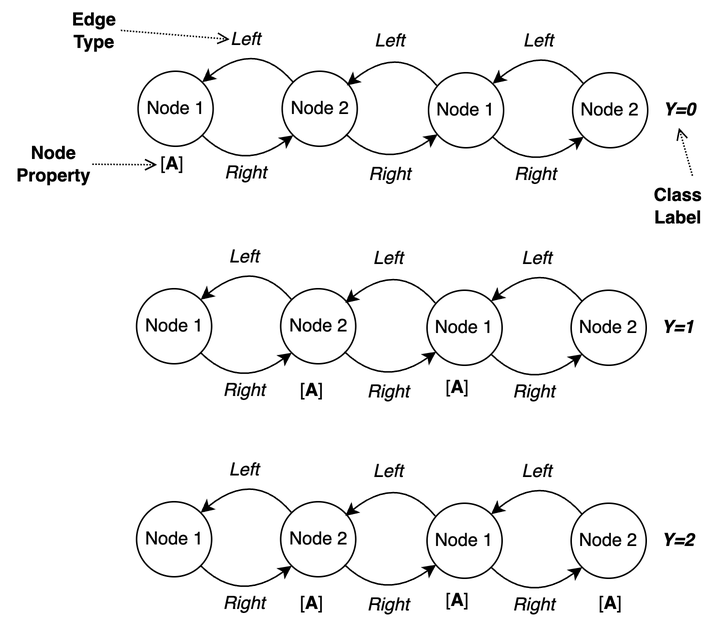
Above: figures/SimpleSequenceProblem.png in cair/GraphTsetlinMachine (draw.io), before the change. Source tidied: cells renumbered, new cells last; positions are measured from the earlier drawing's top-left corner, leaving out a move shared by most shapes. Source of this version:
```xml
<mxGraphModel math="1">
  <root>
    <mxCell id="0" />
    <mxCell id="1" parent="0" />
    <mxCell id="2" value="&lt;div style=&quot;&quot;&gt;&lt;span style=&quot;background-color: initial;&quot;&gt;Node 1&lt;/span&gt;&lt;/div&gt;" style="ellipse;whiteSpace=wrap;html=1;align=center;" parent="1" vertex="1">
      <mxGeometry x="91.5" y="47" width="50" height="50" as="geometry" />
    </mxCell>
    <mxCell id="3" value="Node 2" style="ellipse;whiteSpace=wrap;html=1;" parent="1" vertex="1">
      <mxGeometry x="187.5" y="47" width="50" height="50" as="geometry" />
    </mxCell>
    <mxCell id="4" style="curved=1;endArrow=classic;html=1;rounded=0;exitX=1;exitY=1;exitDx=0;exitDy=0;entryX=0;entryY=1;entryDx=0;entryDy=0;" parent="1" edge="1" source="2" target="3">
      <mxGeometry relative="1" as="geometry">
        <Array as="points">
          <mxPoint x="160" y="115" />
        </Array>
      </mxGeometry>
    </mxCell>
    <mxCell id="5" style="curved=1;endArrow=none;html=1;rounded=0;exitX=1;exitY=0;exitDx=0;exitDy=0;entryX=0;entryY=0;entryDx=0;entryDy=0;startArrow=classic;startFill=1;endFill=0;" parent="1" edge="1" source="2" target="3">
      <mxGeometry relative="1" as="geometry">
        <Array as="points">
          <mxPoint x="170" y="25" />
        </Array>
      </mxGeometry>
    </mxCell>
    <mxCell id="6" value="Node 1" style="ellipse;whiteSpace=wrap;html=1;" parent="1" vertex="1">
      <mxGeometry x="285" y="48" width="50" height="50" as="geometry" />
    </mxCell>
    <mxCell id="7" value="Node 2" style="ellipse;whiteSpace=wrap;html=1;" parent="1" vertex="1">
      <mxGeometry x="381" y="48" width="50" height="50" as="geometry" />
    </mxCell>
    <mxCell id="8" style="curved=1;endArrow=classic;html=1;rounded=0;exitX=1;exitY=1;exitDx=0;exitDy=0;entryX=0;entryY=1;entryDx=0;entryDy=0;" parent="1" edge="1" source="6" target="7">
      <mxGeometry relative="1" as="geometry">
        <Array as="points">
          <mxPoint x="353.5" y="116" />
        </Array>
      </mxGeometry>
    </mxCell>
    <mxCell id="9" style="curved=1;endArrow=none;html=1;rounded=0;exitX=1;exitY=0;exitDx=0;exitDy=0;entryX=0;entryY=0;entryDx=0;entryDy=0;startArrow=classic;startFill=1;endFill=0;" parent="1" edge="1" source="6" target="7">
      <mxGeometry relative="1" as="geometry">
        <Array as="points">
          <mxPoint x="363.5" y="26" />
        </Array>
      </mxGeometry>
    </mxCell>
    <mxCell id="10" value="&lt;i&gt;Y=0&lt;/i&gt;" style="text;html=1;align=center;verticalAlign=middle;points=[];strokeColor=none;fillColor=none;fontStyle=1;" parent="1" vertex="1">
      <mxGeometry x="427" y="58" width="50" height="30" as="geometry" />
    </mxCell>
    <mxCell id="11" value="[&lt;b&gt;A&lt;/b&gt;]" style="text;html=1;align=center;verticalAlign=middle;strokeColor=none;fillColor=none;" parent="1" vertex="1">
      <mxGeometry x="93.5" y="94" width="40" height="30" as="geometry" />
    </mxCell>
    <mxCell id="12" value="&lt;i&gt;Left&lt;/i&gt;" style="text;html=1;align=center;verticalAlign=middle;points=[];strokeColor=none;fillColor=none;" parent="1" vertex="1">
      <mxGeometry x="142.5" y="11" width="40" height="30" as="geometry" />
    </mxCell>
    <mxCell id="13" value="&lt;i&gt;Left&lt;/i&gt;" style="text;html=1;align=center;verticalAlign=middle;strokeColor=none;fillColor=none;" parent="1" vertex="1">
      <mxGeometry x="338" y="12" width="40" height="30" as="geometry" />
    </mxCell>
    <mxCell id="14" value="&lt;i&gt;Right&lt;/i&gt;" style="text;html=1;align=center;verticalAlign=middle;strokeColor=none;fillColor=none;" parent="1" vertex="1">
      <mxGeometry x="331" y="100.5" width="50" height="30" as="geometry" />
    </mxCell>
    <mxCell id="15" value="&lt;i&gt;Right&lt;/i&gt;" style="text;html=1;align=center;verticalAlign=middle;strokeColor=none;fillColor=none;" parent="1" vertex="1">
      <mxGeometry x="137.5" y="100" width="50" height="30" as="geometry" />
    </mxCell>
    <mxCell id="16" value="&lt;b&gt;Node&lt;/b&gt;&lt;div&gt;&lt;b&gt;Property&lt;/b&gt;&lt;/div&gt;" style="text;html=1;align=center;verticalAlign=middle;strokeColor=none;fillColor=none;" parent="1" vertex="1">
      <mxGeometry y="89" width="70" height="40" as="geometry" />
    </mxCell>
    <mxCell id="17" style="endArrow=open;html=1;rounded=0;dashed=1;dashPattern=1 1;endFill=0;entryX=0.993;entryY=0.512;entryDx=0;entryDy=0;entryPerimeter=0;" parent="1" edge="1">
      <mxGeometry relative="1" as="geometry">
        <mxPoint x="61" y="109" as="sourcePoint" />
        <mxPoint x="104.2" y="109.4" as="targetPoint" />
      </mxGeometry>
    </mxCell>
    <mxCell id="18" value="&lt;b&gt;Edge&lt;/b&gt;&lt;div&gt;&lt;b&gt;Type&lt;/b&gt;&lt;/div&gt;" style="text;html=1;align=center;verticalAlign=middle;strokeColor=none;fillColor=none;" parent="1" vertex="1">
      <mxGeometry x="37" width="50" height="40" as="geometry" />
    </mxCell>
    <mxCell id="19" style="endArrow=open;html=1;rounded=0;exitX=0.963;exitY=0.522;exitDx=0;exitDy=0;exitPerimeter=0;dashed=1;dashPattern=1 1;entryX=0.25;entryY=0.491;entryDx=0;entryDy=0;entryPerimeter=0;endFill=0;" parent="1" edge="1" target="12">
      <mxGeometry relative="1" as="geometry">
        <mxPoint x="80" y="19.7" as="sourcePoint" />
      </mxGeometry>
    </mxCell>
    <mxCell id="20" value="&lt;div&gt;&lt;b&gt;Class&lt;/b&gt;&lt;/div&gt;&lt;div&gt;&lt;b&gt;Label&lt;/b&gt;&lt;/div&gt;" style="text;html=1;align=center;verticalAlign=middle;strokeColor=none;fillColor=none;" parent="1" vertex="1">
      <mxGeometry x="421" y="117" width="60" height="40" as="geometry" />
    </mxCell>
    <mxCell id="21" style="endArrow=open;html=1;rounded=0;exitX=0.547;exitY=-0.009;exitDx=0;exitDy=0;exitPerimeter=0;dashed=1;dashPattern=1 1;endFill=0;entryX=0.496;entryY=0.889;entryDx=0;entryDy=0;entryPerimeter=0;" parent="1" edge="1" target="10">
      <mxGeometry relative="1" as="geometry">
        <mxPoint x="460.8" y="116.6" as="sourcePoint" />
      </mxGeometry>
    </mxCell>
    <mxCell id="22" value="&lt;i&gt;Right&lt;/i&gt;" style="text;html=1;align=center;verticalAlign=middle;strokeColor=none;fillColor=none;" parent="1" vertex="1">
      <mxGeometry x="233.5" y="100.5" width="50" height="30" as="geometry" />
    </mxCell>
    <mxCell id="23" style="curved=1;endArrow=classic;html=1;rounded=0;exitX=1;exitY=1;exitDx=0;exitDy=0;entryX=0;entryY=1;entryDx=0;entryDy=0;" parent="1" edge="1">
      <mxGeometry relative="1" as="geometry">
        <mxPoint x="230" y="89" as="sourcePoint" />
        <mxPoint x="291" y="89" as="targetPoint" />
        <Array as="points">
          <mxPoint x="256" y="114" />
        </Array>
      </mxGeometry>
    </mxCell>
    <mxCell id="24" style="curved=1;endArrow=none;html=1;rounded=0;exitX=1;exitY=0;exitDx=0;exitDy=0;entryX=0;entryY=0;entryDx=0;entryDy=0;startArrow=classic;startFill=1;endFill=0;" parent="1" edge="1">
      <mxGeometry relative="1" as="geometry">
        <mxPoint x="230.5" y="56.5" as="sourcePoint" />
        <mxPoint x="290.5" y="56.5" as="targetPoint" />
        <Array as="points">
          <mxPoint x="266" y="27.5" />
        </Array>
      </mxGeometry>
    </mxCell>
    <mxCell id="25" value="&lt;i&gt;Left&lt;/i&gt;" style="text;html=1;align=center;verticalAlign=middle;strokeColor=none;fillColor=none;" parent="1" vertex="1">
      <mxGeometry x="238.5" y="12" width="40" height="30" as="geometry" />
    </mxCell>
    <mxCell id="26" value="&lt;div style=&quot;&quot;&gt;&lt;span style=&quot;background-color: initial;&quot;&gt;Node 1&lt;/span&gt;&lt;/div&gt;" style="ellipse;whiteSpace=wrap;html=1;align=center;" parent="1" vertex="1">
      <mxGeometry x="90.5" y="192" width="50" height="50" as="geometry" />
    </mxCell>
    <mxCell id="27" value="Node 2" style="ellipse;whiteSpace=wrap;html=1;" parent="1" vertex="1">
      <mxGeometry x="186.5" y="192" width="50" height="50" as="geometry" />
    </mxCell>
    <mxCell id="28" style="curved=1;endArrow=classic;html=1;rounded=0;exitX=1;exitY=1;exitDx=0;exitDy=0;entryX=0;entryY=1;entryDx=0;entryDy=0;" parent="1" edge="1" source="26" target="27">
      <mxGeometry relative="1" as="geometry">
        <Array as="points">
          <mxPoint x="159" y="260" />
        </Array>
      </mxGeometry>
    </mxCell>
    <mxCell id="29" style="curved=1;endArrow=none;html=1;rounded=0;exitX=1;exitY=0;exitDx=0;exitDy=0;entryX=0;entryY=0;entryDx=0;entryDy=0;startArrow=classic;startFill=1;endFill=0;" parent="1" edge="1" source="26" target="27">
      <mxGeometry relative="1" as="geometry">
        <Array as="points">
          <mxPoint x="169" y="170" />
        </Array>
      </mxGeometry>
    </mxCell>
    <mxCell id="30" value="Node 1" style="ellipse;whiteSpace=wrap;html=1;" parent="1" vertex="1">
      <mxGeometry x="284" y="193" width="50" height="50" as="geometry" />
    </mxCell>
    <mxCell id="31" value="Node 2" style="ellipse;whiteSpace=wrap;html=1;" parent="1" vertex="1">
      <mxGeometry x="380" y="193" width="50" height="50" as="geometry" />
    </mxCell>
    <mxCell id="32" style="curved=1;endArrow=classic;html=1;rounded=0;exitX=1;exitY=1;exitDx=0;exitDy=0;entryX=0;entryY=1;entryDx=0;entryDy=0;" parent="1" edge="1" source="30" target="31">
      <mxGeometry relative="1" as="geometry">
        <Array as="points">
          <mxPoint x="352.5" y="261" />
        </Array>
      </mxGeometry>
    </mxCell>
    <mxCell id="33" style="curved=1;endArrow=none;html=1;rounded=0;exitX=1;exitY=0;exitDx=0;exitDy=0;entryX=0;entryY=0;entryDx=0;entryDy=0;startArrow=classic;startFill=1;endFill=0;" parent="1" edge="1" source="30" target="31">
      <mxGeometry relative="1" as="geometry">
        <Array as="points">
          <mxPoint x="362.5" y="171" />
        </Array>
      </mxGeometry>
    </mxCell>
    <mxCell id="34" value="&lt;i&gt;Y=1&lt;/i&gt;" style="text;html=1;align=center;verticalAlign=middle;strokeColor=none;fillColor=none;fontStyle=1;" parent="1" vertex="1">
      <mxGeometry x="426" y="203" width="50" height="30" as="geometry" />
    </mxCell>
    <mxCell id="35" value="&lt;i&gt;Left&lt;/i&gt;" style="text;html=1;align=center;verticalAlign=middle;strokeColor=none;fillColor=none;" parent="1" vertex="1">
      <mxGeometry x="141.5" y="156" width="40" height="30" as="geometry" />
    </mxCell>
    <mxCell id="36" value="&lt;i&gt;Left&lt;/i&gt;" style="text;html=1;align=center;verticalAlign=middle;strokeColor=none;fillColor=none;" parent="1" vertex="1">
      <mxGeometry x="337" y="157" width="40" height="30" as="geometry" />
    </mxCell>
    <mxCell id="37" value="&lt;i&gt;Right&lt;/i&gt;" style="text;html=1;align=center;verticalAlign=middle;strokeColor=none;fillColor=none;" parent="1" vertex="1">
      <mxGeometry x="330" y="245.5" width="50" height="30" as="geometry" />
    </mxCell>
    <mxCell id="38" value="&lt;i&gt;Right&lt;/i&gt;" style="text;html=1;align=center;verticalAlign=middle;strokeColor=none;fillColor=none;" parent="1" vertex="1">
      <mxGeometry x="136.5" y="245" width="50" height="30" as="geometry" />
    </mxCell>
    <mxCell id="39" value="&lt;i&gt;Right&lt;/i&gt;" style="text;html=1;align=center;verticalAlign=middle;strokeColor=none;fillColor=none;" parent="1" vertex="1">
      <mxGeometry x="232.5" y="245.5" width="50" height="30" as="geometry" />
    </mxCell>
    <mxCell id="40" style="curved=1;endArrow=classic;html=1;rounded=0;exitX=1;exitY=1;exitDx=0;exitDy=0;entryX=0;entryY=1;entryDx=0;entryDy=0;" parent="1" edge="1">
      <mxGeometry relative="1" as="geometry">
        <mxPoint x="229" y="234" as="sourcePoint" />
        <mxPoint x="290" y="234" as="targetPoint" />
        <Array as="points">
          <mxPoint x="255" y="259" />
        </Array>
      </mxGeometry>
    </mxCell>
    <mxCell id="41" style="curved=1;endArrow=none;html=1;rounded=0;exitX=1;exitY=0;exitDx=0;exitDy=0;entryX=0;entryY=0;entryDx=0;entryDy=0;startArrow=classic;startFill=1;endFill=0;" parent="1" edge="1">
      <mxGeometry relative="1" as="geometry">
        <mxPoint x="229.5" y="201.5" as="sourcePoint" />
        <mxPoint x="289.5" y="201.5" as="targetPoint" />
        <Array as="points">
          <mxPoint x="265" y="172.5" />
        </Array>
      </mxGeometry>
    </mxCell>
    <mxCell id="42" value="&lt;i&gt;Left&lt;/i&gt;" style="text;html=1;align=center;verticalAlign=middle;strokeColor=none;fillColor=none;" parent="1" vertex="1">
      <mxGeometry x="237.5" y="157" width="40" height="30" as="geometry" />
    </mxCell>
    <mxCell id="43" value="[&lt;b&gt;A&lt;/b&gt;]" style="text;html=1;align=center;verticalAlign=middle;strokeColor=none;fillColor=none;" parent="1" vertex="1">
      <mxGeometry x="186.5" y="245" width="40" height="30" as="geometry" />
    </mxCell>
    <mxCell id="44" value="[&lt;b&gt;A&lt;/b&gt;]" style="text;html=1;align=center;verticalAlign=middle;strokeColor=none;fillColor=none;" parent="1" vertex="1">
      <mxGeometry x="284" y="243" width="40" height="30" as="geometry" />
    </mxCell>
    <mxCell id="45" value="&lt;div style=&quot;&quot;&gt;&lt;span style=&quot;background-color: initial;&quot;&gt;Node 1&lt;/span&gt;&lt;/div&gt;" style="ellipse;whiteSpace=wrap;html=1;align=center;" parent="1" vertex="1">
      <mxGeometry x="90.5" y="334" width="50" height="50" as="geometry" />
    </mxCell>
    <mxCell id="46" value="Node 2" style="ellipse;whiteSpace=wrap;html=1;" parent="1" vertex="1">
      <mxGeometry x="186.5" y="334" width="50" height="50" as="geometry" />
    </mxCell>
    <mxCell id="47" style="curved=1;endArrow=classic;html=1;rounded=0;exitX=1;exitY=1;exitDx=0;exitDy=0;entryX=0;entryY=1;entryDx=0;entryDy=0;" parent="1" edge="1" source="45" target="46">
      <mxGeometry relative="1" as="geometry">
        <Array as="points">
          <mxPoint x="159" y="402" />
        </Array>
      </mxGeometry>
    </mxCell>
    <mxCell id="48" style="curved=1;endArrow=none;html=1;rounded=0;exitX=1;exitY=0;exitDx=0;exitDy=0;entryX=0;entryY=0;entryDx=0;entryDy=0;startArrow=classic;startFill=1;endFill=0;" parent="1" edge="1" source="45" target="46">
      <mxGeometry relative="1" as="geometry">
        <Array as="points">
          <mxPoint x="169" y="312" />
        </Array>
      </mxGeometry>
    </mxCell>
    <mxCell id="49" value="Node 1" style="ellipse;whiteSpace=wrap;html=1;" parent="1" vertex="1">
      <mxGeometry x="284" y="335" width="50" height="50" as="geometry" />
    </mxCell>
    <mxCell id="50" value="Node 2" style="ellipse;whiteSpace=wrap;html=1;" parent="1" vertex="1">
      <mxGeometry x="380" y="335" width="50" height="50" as="geometry" />
    </mxCell>
    <mxCell id="51" style="curved=1;endArrow=classic;html=1;rounded=0;exitX=1;exitY=1;exitDx=0;exitDy=0;entryX=0;entryY=1;entryDx=0;entryDy=0;" parent="1" edge="1" source="49" target="50">
      <mxGeometry relative="1" as="geometry">
        <Array as="points">
          <mxPoint x="352.5" y="403" />
        </Array>
      </mxGeometry>
    </mxCell>
    <mxCell id="52" style="curved=1;endArrow=none;html=1;rounded=0;exitX=1;exitY=0;exitDx=0;exitDy=0;entryX=0;entryY=0;entryDx=0;entryDy=0;startArrow=classic;startFill=1;endFill=0;" parent="1" edge="1" source="49" target="50">
      <mxGeometry relative="1" as="geometry">
        <Array as="points">
          <mxPoint x="362.5" y="313" />
        </Array>
      </mxGeometry>
    </mxCell>
    <mxCell id="53" value="&lt;i&gt;Y=2&lt;/i&gt;" style="text;html=1;align=center;verticalAlign=middle;strokeColor=none;fillColor=none;fontStyle=1;" parent="1" vertex="1">
      <mxGeometry x="426" y="345" width="50" height="30" as="geometry" />
    </mxCell>
    <mxCell id="54" value="&lt;i&gt;Left&lt;/i&gt;" style="text;html=1;align=center;verticalAlign=middle;strokeColor=none;fillColor=none;" parent="1" vertex="1">
      <mxGeometry x="141.5" y="298" width="40" height="30" as="geometry" />
    </mxCell>
    <mxCell id="55" value="&lt;i&gt;Left&lt;/i&gt;" style="text;html=1;align=center;verticalAlign=middle;strokeColor=none;fillColor=none;" parent="1" vertex="1">
      <mxGeometry x="337" y="299" width="40" height="30" as="geometry" />
    </mxCell>
    <mxCell id="56" value="&lt;i&gt;Right&lt;/i&gt;" style="text;html=1;align=center;verticalAlign=middle;strokeColor=none;fillColor=none;" parent="1" vertex="1">
      <mxGeometry x="330" y="387.5" width="50" height="30" as="geometry" />
    </mxCell>
    <mxCell id="57" value="&lt;i&gt;Right&lt;/i&gt;" style="text;html=1;align=center;verticalAlign=middle;strokeColor=none;fillColor=none;" parent="1" vertex="1">
      <mxGeometry x="136.5" y="387" width="50" height="30" as="geometry" />
    </mxCell>
    <mxCell id="58" value="&lt;i&gt;Right&lt;/i&gt;" style="text;html=1;align=center;verticalAlign=middle;strokeColor=none;fillColor=none;" parent="1" vertex="1">
      <mxGeometry x="232.5" y="387.5" width="50" height="30" as="geometry" />
    </mxCell>
    <mxCell id="59" style="curved=1;endArrow=classic;html=1;rounded=0;exitX=1;exitY=1;exitDx=0;exitDy=0;entryX=0;entryY=1;entryDx=0;entryDy=0;" parent="1" edge="1">
      <mxGeometry relative="1" as="geometry">
        <mxPoint x="229" y="376" as="sourcePoint" />
        <mxPoint x="290" y="376" as="targetPoint" />
        <Array as="points">
          <mxPoint x="255" y="401" />
        </Array>
      </mxGeometry>
    </mxCell>
    <mxCell id="60" style="curved=1;endArrow=none;html=1;rounded=0;exitX=1;exitY=0;exitDx=0;exitDy=0;entryX=0;entryY=0;entryDx=0;entryDy=0;startArrow=classic;startFill=1;endFill=0;" parent="1" edge="1">
      <mxGeometry relative="1" as="geometry">
        <mxPoint x="229.5" y="343.5" as="sourcePoint" />
        <mxPoint x="289.5" y="343.5" as="targetPoint" />
        <Array as="points">
          <mxPoint x="265" y="314.5" />
        </Array>
      </mxGeometry>
    </mxCell>
    <mxCell id="61" value="&lt;i&gt;Left&lt;/i&gt;" style="text;html=1;align=center;verticalAlign=middle;strokeColor=none;fillColor=none;" parent="1" vertex="1">
      <mxGeometry x="237.5" y="299" width="40" height="30" as="geometry" />
    </mxCell>
    <mxCell id="62" value="[&lt;b&gt;A&lt;/b&gt;]" style="text;html=1;align=center;verticalAlign=middle;strokeColor=none;fillColor=none;" parent="1" vertex="1">
      <mxGeometry x="186.5" y="387" width="40" height="30" as="geometry" />
    </mxCell>
    <mxCell id="63" value="[&lt;b&gt;A&lt;/b&gt;]" style="text;html=1;align=center;verticalAlign=middle;strokeColor=none;fillColor=none;" parent="1" vertex="1">
      <mxGeometry x="284" y="385" width="40" height="30" as="geometry" />
    </mxCell>
    <mxCell id="64" value="[&lt;b&gt;A&lt;/b&gt;]" style="text;html=1;align=center;verticalAlign=middle;strokeColor=none;fillColor=none;" parent="1" vertex="1">
      <mxGeometry x="386" y="387" width="40" height="30" as="geometry" />
    </mxCell>
  </root>
</mxGraphModel>
```
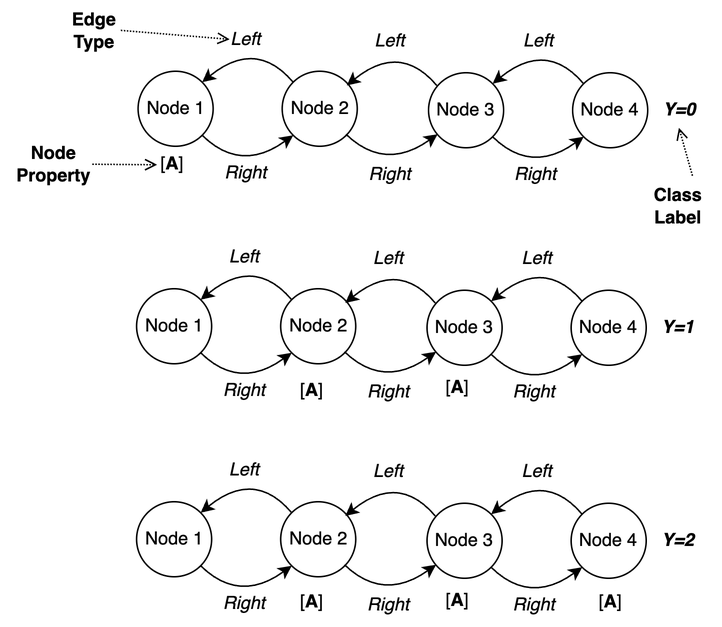
Later version of the same file.

What changed in the source:
```diff
@@ -22,10 +22,10 @@
         </Array>
       </mxGeometry>
     </mxCell>
-    <mxCell id="6" value="Node 1" style="ellipse;whiteSpace=wrap;html=1;" parent="1" vertex="1">
+    <mxCell id="6" value="Node 3" style="ellipse;whiteSpace=wrap;html=1;" parent="1" vertex="1">
       <mxGeometry x="285" y="48" width="50" height="50" as="geometry" />
     </mxCell>
-    <mxCell id="7" value="Node 2" style="ellipse;whiteSpace=wrap;html=1;" parent="1" vertex="1">
+    <mxCell id="7" value="Node 4" style="ellipse;whiteSpace=wrap;html=1;" parent="1" vertex="1">
       <mxGeometry x="381" y="48" width="50" height="50" as="geometry" />
     </mxCell>
     <mxCell id="8" style="curved=1;endArrow=classic;html=1;rounded=0;exitX=1;exitY=1;exitDx=0;exitDy=0;entryX=0;entryY=1;entryDx=0;entryDy=0;" parent="1" edge="1" source="6" target="7">
@@ -129,10 +129,10 @@
         </Array>
       </mxGeometry>
     </mxCell>
-    <mxCell id="30" value="Node 1" style="ellipse;whiteSpace=wrap;html=1;" parent="1" vertex="1">
+    <mxCell id="30" value="Node 3" style="ellipse;whiteSpace=wrap;html=1;" parent="1" vertex="1">
       <mxGeometry x="284" y="193" width="50" height="50" as="geometry" />
     </mxCell>
-    <mxCell id="31" value="Node 2" style="ellipse;whiteSpace=wrap;html=1;" parent="1" vertex="1">
+    <mxCell id="31" value="Node 4" style="ellipse;whiteSpace=wrap;html=1;" parent="1" vertex="1">
       <mxGeometry x="380" y="193" width="50" height="50" as="geometry" />
     </mxCell>
     <mxCell id="32" style="curved=1;endArrow=classic;html=1;rounded=0;exitX=1;exitY=1;exitDx=0;exitDy=0;entryX=0;entryY=1;entryDx=0;entryDy=0;" parent="1" edge="1" source="30" target="31">
@@ -214,10 +214,10 @@
         </Array>
       </mxGeometry>
     </mxCell>
-    <mxCell id="49" value="Node 1" style="ellipse;whiteSpace=wrap;html=1;" parent="1" vertex="1">
+    <mxCell id="49" value="Node 3" style="ellipse;whiteSpace=wrap;html=1;" parent="1" vertex="1">
       <mxGeometry x="284" y="335" width="50" height="50" as="geometry" />
     </mxCell>
-    <mxCell id="50" value="Node 2" style="ellipse;whiteSpace=wrap;html=1;" parent="1" vertex="1">
+    <mxCell id="50" value="Node 4" style="ellipse;whiteSpace=wrap;html=1;" parent="1" vertex="1">
       <mxGeometry x="380" y="335" width="50" height="50" as="geometry" />
     </mxCell>
     <mxCell id="51" style="curved=1;endArrow=classic;html=1;rounded=0;exitX=1;exitY=1;exitDx=0;exitDy=0;entryX=0;entryY=1;entryDx=0;entryDy=0;" parent="1" edge="1" source="49" target="50">
@@ -274,13 +274,13 @@
       <mxGeometry x="237.5" y="299" width="40" height="30" as="geometry" />
     </mxCell>
     <mxCell id="62" value="[&lt;b&gt;A&lt;/b&gt;]" style="text;html=1;align=center;verticalAlign=middle;strokeColor=none;fillColor=none;" parent="1" vertex="1">
-      <mxGeometry x="186.5" y="387" width="40" height="30" as="geometry" />
+      <mxGeometry x="186.5" y="386" width="40" height="30" as="geometry" />
     </mxCell>
     <mxCell id="63" value="[&lt;b&gt;A&lt;/b&gt;]" style="text;html=1;align=center;verticalAlign=middle;strokeColor=none;fillColor=none;" parent="1" vertex="1">
       <mxGeometry x="284" y="385" width="40" height="30" as="geometry" />
     </mxCell>
     <mxCell id="64" value="[&lt;b&gt;A&lt;/b&gt;]" style="text;html=1;align=center;verticalAlign=middle;strokeColor=none;fillColor=none;" parent="1" vertex="1">
-      <mxGeometry x="386" y="387" width="40" height="30" as="geometry" />
+      <mxGeometry x="386" y="386" width="40" height="30" as="geometry" />
     </mxCell>
   </root>
 </mxGraphModel>
```
